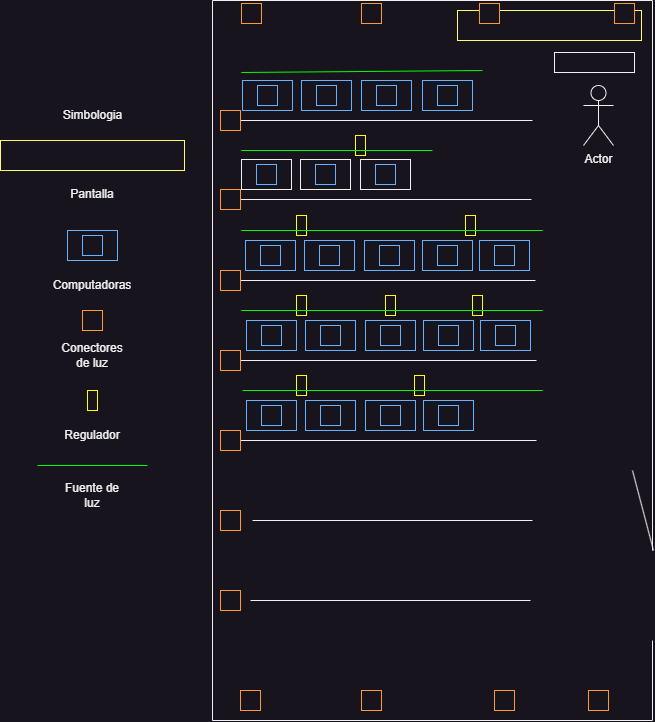
Above: public/Plano2.drawio.png in EloyChavezDev/ManualCC (draw.io), before the change. Source tidied: cells renumbered, new cells last; positions are measured from the earlier drawing's top-left corner, leaving out a move shared by most shapes. Its diagram source:
```xml
<mxGraphModel>
  <root>
    <mxCell id="0" />
    <mxCell id="1" parent="0" />
    <mxCell id="2" style="endArrow=none;html=1;rounded=0;" parent="1" edge="1">
      <mxGeometry relative="1" as="geometry">
        <mxPoint x="212" y="720" as="sourcePoint" />
        <mxPoint x="212" as="targetPoint" />
      </mxGeometry>
    </mxCell>
    <mxCell id="3" style="endArrow=none;html=1;rounded=0;" parent="1" edge="1">
      <mxGeometry relative="1" as="geometry">
        <mxPoint x="212" as="sourcePoint" />
        <mxPoint x="652" as="targetPoint" />
      </mxGeometry>
    </mxCell>
    <mxCell id="4" style="endArrow=none;html=1;rounded=0;" parent="1" edge="1">
      <mxGeometry relative="1" as="geometry">
        <mxPoint x="652" y="550" as="sourcePoint" />
        <mxPoint x="652" as="targetPoint" />
      </mxGeometry>
    </mxCell>
    <mxCell id="5" style="rounded=0;whiteSpace=wrap;html=1;" parent="1" vertex="1">
      <mxGeometry x="554" y="52" width="80" height="20" as="geometry" />
    </mxCell>
    <mxCell id="6" style="rounded=0;whiteSpace=wrap;html=1;strokeColor=#FFFF66;" parent="1" vertex="1">
      <mxGeometry x="457" y="10" width="184" height="30" as="geometry" />
    </mxCell>
    <mxCell id="7" style="endArrow=none;html=1;rounded=0;" parent="1" edge="1">
      <mxGeometry relative="1" as="geometry">
        <mxPoint x="232" y="120" as="sourcePoint" />
        <mxPoint x="532" y="120" as="targetPoint" />
      </mxGeometry>
    </mxCell>
    <mxCell id="8" style="rounded=0;whiteSpace=wrap;html=1;strokeColor=#66B2FF;" parent="1" vertex="1">
      <mxGeometry x="242" y="80" width="50" height="30" as="geometry" />
    </mxCell>
    <mxCell id="9" style="whiteSpace=wrap;html=1;strokeColor=#66B2FF;" parent="1" vertex="1">
      <mxGeometry x="257" y="85" width="20" height="20" as="geometry" />
    </mxCell>
    <mxCell id="10" style="rounded=0;whiteSpace=wrap;html=1;strokeColor=#66B2FF;" parent="1" vertex="1">
      <mxGeometry x="301" y="80" width="50" height="30" as="geometry" />
    </mxCell>
    <mxCell id="11" style="whiteSpace=wrap;html=1;strokeColor=#66B2FF;" parent="1" vertex="1">
      <mxGeometry x="316" y="85" width="20" height="20" as="geometry" />
    </mxCell>
    <mxCell id="12" style="rounded=0;whiteSpace=wrap;html=1;strokeColor=#66B2FF;" parent="1" vertex="1">
      <mxGeometry x="361" y="80" width="50" height="30" as="geometry" />
    </mxCell>
    <mxCell id="13" style="whiteSpace=wrap;html=1;strokeColor=#66B2FF;" parent="1" vertex="1">
      <mxGeometry x="376" y="85" width="20" height="20" as="geometry" />
    </mxCell>
    <mxCell id="14" style="rounded=0;whiteSpace=wrap;html=1;strokeColor=#66B2FF;" parent="1" vertex="1">
      <mxGeometry x="422" y="80" width="50" height="30" as="geometry" />
    </mxCell>
    <mxCell id="15" style="whiteSpace=wrap;html=1;strokeColor=#66B2FF;" parent="1" vertex="1">
      <mxGeometry x="437" y="85" width="20" height="20" as="geometry" />
    </mxCell>
    <mxCell id="16" style="endArrow=none;html=1;rounded=0;" parent="1" edge="1" source="84">
      <mxGeometry relative="1" as="geometry">
        <mxPoint x="531" y="199" as="targetPoint" />
      </mxGeometry>
    </mxCell>
    <mxCell id="17" style="rounded=0;whiteSpace=wrap;html=1;" parent="1" vertex="1">
      <mxGeometry x="241" y="159" width="50" height="30" as="geometry" />
    </mxCell>
    <mxCell id="18" style="whiteSpace=wrap;html=1;strokeColor=#66B2FF;" parent="1" vertex="1">
      <mxGeometry x="256" y="164" width="20" height="20" as="geometry" />
    </mxCell>
    <mxCell id="19" style="rounded=0;whiteSpace=wrap;html=1;" parent="1" vertex="1">
      <mxGeometry x="300" y="159" width="50" height="30" as="geometry" />
    </mxCell>
    <mxCell id="20" style="whiteSpace=wrap;html=1;strokeColor=#66B2FF;" parent="1" vertex="1">
      <mxGeometry x="315" y="164" width="20" height="20" as="geometry" />
    </mxCell>
    <mxCell id="21" style="rounded=0;whiteSpace=wrap;html=1;" parent="1" vertex="1">
      <mxGeometry x="360" y="159" width="50" height="30" as="geometry" />
    </mxCell>
    <mxCell id="22" style="whiteSpace=wrap;html=1;strokeColor=#66B2FF;" parent="1" vertex="1">
      <mxGeometry x="375" y="164" width="20" height="20" as="geometry" />
    </mxCell>
    <mxCell id="23" style="endArrow=none;html=1;rounded=0;" parent="1" edge="1">
      <mxGeometry relative="1" as="geometry">
        <mxPoint x="235" y="280" as="sourcePoint" />
        <mxPoint x="535" y="280" as="targetPoint" />
      </mxGeometry>
    </mxCell>
    <mxCell id="24" style="rounded=0;whiteSpace=wrap;html=1;strokeColor=#66B2FF;" parent="1" vertex="1">
      <mxGeometry x="245" y="240" width="50" height="30" as="geometry" />
    </mxCell>
    <mxCell id="25" style="whiteSpace=wrap;html=1;strokeColor=#66B2FF;" parent="1" vertex="1">
      <mxGeometry x="260" y="245" width="20" height="20" as="geometry" />
    </mxCell>
    <mxCell id="26" style="rounded=0;whiteSpace=wrap;html=1;strokeColor=#66B2FF;" parent="1" vertex="1">
      <mxGeometry x="304" y="240" width="50" height="30" as="geometry" />
    </mxCell>
    <mxCell id="27" style="whiteSpace=wrap;html=1;strokeColor=#66B2FF;" parent="1" vertex="1">
      <mxGeometry x="319" y="245" width="20" height="20" as="geometry" />
    </mxCell>
    <mxCell id="28" style="rounded=0;whiteSpace=wrap;html=1;strokeColor=#66B2FF;" parent="1" vertex="1">
      <mxGeometry x="364" y="240" width="50" height="30" as="geometry" />
    </mxCell>
    <mxCell id="29" style="whiteSpace=wrap;html=1;strokeColor=#66B2FF;" parent="1" vertex="1">
      <mxGeometry x="379" y="245" width="20" height="20" as="geometry" />
    </mxCell>
    <mxCell id="30" style="rounded=0;whiteSpace=wrap;html=1;strokeColor=#66B2FF;" parent="1" vertex="1">
      <mxGeometry x="422" y="240" width="50" height="30" as="geometry" />
    </mxCell>
    <mxCell id="31" style="whiteSpace=wrap;html=1;strokeColor=#66B2FF;" parent="1" vertex="1">
      <mxGeometry x="437" y="245" width="20" height="20" as="geometry" />
    </mxCell>
    <mxCell id="32" style="rounded=0;whiteSpace=wrap;html=1;strokeColor=#66B2FF;" parent="1" vertex="1">
      <mxGeometry x="479" y="240" width="50" height="30" as="geometry" />
    </mxCell>
    <mxCell id="33" style="whiteSpace=wrap;html=1;strokeColor=#66B2FF;" parent="1" vertex="1">
      <mxGeometry x="494" y="245" width="20" height="20" as="geometry" />
    </mxCell>
    <mxCell id="34" style="endArrow=none;html=1;rounded=0;" parent="1" edge="1">
      <mxGeometry relative="1" as="geometry">
        <mxPoint x="236" y="360" as="sourcePoint" />
        <mxPoint x="536" y="360" as="targetPoint" />
      </mxGeometry>
    </mxCell>
    <mxCell id="35" style="rounded=0;whiteSpace=wrap;html=1;strokeColor=#66B2FF;" parent="1" vertex="1">
      <mxGeometry x="246" y="320" width="50" height="30" as="geometry" />
    </mxCell>
    <mxCell id="36" style="whiteSpace=wrap;html=1;strokeColor=#66B2FF;" parent="1" vertex="1">
      <mxGeometry x="261" y="325" width="20" height="20" as="geometry" />
    </mxCell>
    <mxCell id="37" style="rounded=0;whiteSpace=wrap;html=1;strokeColor=#66B2FF;" parent="1" vertex="1">
      <mxGeometry x="305" y="320" width="50" height="30" as="geometry" />
    </mxCell>
    <mxCell id="38" style="whiteSpace=wrap;html=1;strokeColor=#66B2FF;" parent="1" vertex="1">
      <mxGeometry x="320" y="325" width="20" height="20" as="geometry" />
    </mxCell>
    <mxCell id="39" style="rounded=0;whiteSpace=wrap;html=1;strokeColor=#66B2FF;" parent="1" vertex="1">
      <mxGeometry x="365" y="320" width="50" height="30" as="geometry" />
    </mxCell>
    <mxCell id="40" style="whiteSpace=wrap;html=1;strokeColor=#66B2FF;" parent="1" vertex="1">
      <mxGeometry x="380" y="325" width="20" height="20" as="geometry" />
    </mxCell>
    <mxCell id="41" style="rounded=0;whiteSpace=wrap;html=1;strokeColor=#66B2FF;" parent="1" vertex="1">
      <mxGeometry x="423" y="320" width="50" height="30" as="geometry" />
    </mxCell>
    <mxCell id="42" style="whiteSpace=wrap;html=1;strokeColor=#66B2FF;" parent="1" vertex="1">
      <mxGeometry x="438" y="325" width="20" height="20" as="geometry" />
    </mxCell>
    <mxCell id="43" style="rounded=0;whiteSpace=wrap;html=1;strokeColor=#66B2FF;" parent="1" vertex="1">
      <mxGeometry x="480" y="320" width="50" height="30" as="geometry" />
    </mxCell>
    <mxCell id="44" style="whiteSpace=wrap;html=1;strokeColor=#66B2FF;" parent="1" vertex="1">
      <mxGeometry x="495" y="325" width="20" height="20" as="geometry" />
    </mxCell>
    <mxCell id="45" style="endArrow=none;html=1;rounded=0;" parent="1" edge="1">
      <mxGeometry relative="1" as="geometry">
        <mxPoint x="236" y="440" as="sourcePoint" />
        <mxPoint x="536" y="440" as="targetPoint" />
      </mxGeometry>
    </mxCell>
    <mxCell id="46" style="rounded=0;whiteSpace=wrap;html=1;strokeColor=#66B2FF;" parent="1" vertex="1">
      <mxGeometry x="246" y="400" width="50" height="30" as="geometry" />
    </mxCell>
    <mxCell id="47" style="whiteSpace=wrap;html=1;strokeColor=#66B2FF;" parent="1" vertex="1">
      <mxGeometry x="261" y="405" width="20" height="20" as="geometry" />
    </mxCell>
    <mxCell id="48" style="rounded=0;whiteSpace=wrap;html=1;strokeColor=#66B2FF;" parent="1" vertex="1">
      <mxGeometry x="305" y="400" width="50" height="30" as="geometry" />
    </mxCell>
    <mxCell id="49" style="whiteSpace=wrap;html=1;strokeColor=#66B2FF;" parent="1" vertex="1">
      <mxGeometry x="320" y="405" width="20" height="20" as="geometry" />
    </mxCell>
    <mxCell id="50" style="rounded=0;whiteSpace=wrap;html=1;strokeColor=#66B2FF;" parent="1" vertex="1">
      <mxGeometry x="365" y="400" width="50" height="30" as="geometry" />
    </mxCell>
    <mxCell id="51" style="whiteSpace=wrap;html=1;strokeColor=#66B2FF;" parent="1" vertex="1">
      <mxGeometry x="380" y="405" width="20" height="20" as="geometry" />
    </mxCell>
    <mxCell id="52" style="rounded=0;whiteSpace=wrap;html=1;strokeColor=#66B2FF;" parent="1" vertex="1">
      <mxGeometry x="423" y="400" width="50" height="30" as="geometry" />
    </mxCell>
    <mxCell id="53" style="whiteSpace=wrap;html=1;strokeColor=#66B2FF;" parent="1" vertex="1">
      <mxGeometry x="438" y="405" width="20" height="20" as="geometry" />
    </mxCell>
    <mxCell id="54" style="endArrow=none;html=1;rounded=0;" parent="1" edge="1">
      <mxGeometry relative="1" as="geometry">
        <mxPoint x="252" y="520" as="sourcePoint" />
        <mxPoint x="532" y="520" as="targetPoint" />
      </mxGeometry>
    </mxCell>
    <mxCell id="55" style="endArrow=none;html=1;rounded=0;" parent="1" edge="1">
      <mxGeometry relative="1" as="geometry">
        <mxPoint x="250" y="600" as="sourcePoint" />
        <mxPoint x="530" y="600" as="targetPoint" />
      </mxGeometry>
    </mxCell>
    <mxCell id="56" style="endArrow=none;html=1;rounded=0;" parent="1" edge="1">
      <mxGeometry relative="1" as="geometry">
        <mxPoint x="212" y="720" as="sourcePoint" />
        <mxPoint x="652" y="720" as="targetPoint" />
      </mxGeometry>
    </mxCell>
    <mxCell id="57" style="endArrow=none;html=1;rounded=0;" parent="1" edge="1">
      <mxGeometry relative="1" as="geometry">
        <mxPoint x="652" y="720" as="sourcePoint" />
        <mxPoint x="652" y="640" as="targetPoint" />
      </mxGeometry>
    </mxCell>
    <mxCell id="58" style="rounded=0;whiteSpace=wrap;html=1;rotation=90;strokeColor=#FFFF00;" parent="1" vertex="1">
      <mxGeometry x="350" y="140" width="20" height="10" as="geometry" />
    </mxCell>
    <mxCell id="59" style="endArrow=none;html=1;rounded=0;strokeColor=#00FF00;" parent="1" edge="1">
      <mxGeometry relative="1" as="geometry">
        <mxPoint x="241" y="150" as="sourcePoint" />
        <mxPoint x="432" y="150" as="targetPoint" />
      </mxGeometry>
    </mxCell>
    <mxCell id="60" style="rounded=0;whiteSpace=wrap;html=1;rotation=90;strokeColor=#FFFF00;" parent="1" vertex="1">
      <mxGeometry x="291" y="220" width="20" height="10" as="geometry" />
    </mxCell>
    <mxCell id="61" style="rounded=0;whiteSpace=wrap;html=1;rotation=90;strokeColor=#FFFF00;" parent="1" vertex="1">
      <mxGeometry x="460" y="220" width="20" height="10" as="geometry" />
    </mxCell>
    <mxCell id="62" style="rounded=0;whiteSpace=wrap;html=1;rotation=90;strokeColor=#FFFF00;" parent="1" vertex="1">
      <mxGeometry x="291" y="380" width="20" height="10" as="geometry" />
    </mxCell>
    <mxCell id="63" style="rounded=0;whiteSpace=wrap;html=1;rotation=90;strokeColor=#FFFF00;" parent="1" vertex="1">
      <mxGeometry x="409" y="380" width="20" height="10" as="geometry" />
    </mxCell>
    <mxCell id="64" style="rounded=0;whiteSpace=wrap;html=1;rotation=90;strokeColor=#FFFF00;" parent="1" vertex="1">
      <mxGeometry x="291" y="300" width="20" height="10" as="geometry" />
    </mxCell>
    <mxCell id="65" style="rounded=0;whiteSpace=wrap;html=1;rotation=90;strokeColor=#FFFF00;" parent="1" vertex="1">
      <mxGeometry x="380" y="300" width="20" height="10" as="geometry" />
    </mxCell>
    <mxCell id="66" style="rounded=0;whiteSpace=wrap;html=1;rotation=90;strokeColor=#FFFF00;" parent="1" vertex="1">
      <mxGeometry x="467" y="300" width="20" height="10" as="geometry" />
    </mxCell>
    <mxCell id="67" style="endArrow=none;html=1;rounded=0;strokeColor=#00FF00;" parent="1" edge="1">
      <mxGeometry relative="1" as="geometry">
        <mxPoint x="241" y="230" as="sourcePoint" />
        <mxPoint x="542" y="230" as="targetPoint" />
      </mxGeometry>
    </mxCell>
    <mxCell id="68" style="endArrow=none;html=1;rounded=0;strokeColor=#00FF00;" parent="1" edge="1">
      <mxGeometry relative="1" as="geometry">
        <mxPoint x="241" y="310" as="sourcePoint" />
        <mxPoint x="542" y="310" as="targetPoint" />
      </mxGeometry>
    </mxCell>
    <mxCell id="69" style="endArrow=none;html=1;rounded=0;strokeColor=#00FF00;" parent="1" edge="1">
      <mxGeometry relative="1" as="geometry">
        <mxPoint x="242" y="390" as="sourcePoint" />
        <mxPoint x="542" y="390" as="targetPoint" />
      </mxGeometry>
    </mxCell>
    <mxCell id="70" style="whiteSpace=wrap;html=1;strokeColor=#FF9933;" parent="1" vertex="1">
      <mxGeometry x="241" y="3" width="20" height="20" as="geometry" />
    </mxCell>
    <mxCell id="71" style="whiteSpace=wrap;html=1;strokeColor=#FF9933;" parent="1" vertex="1">
      <mxGeometry x="361" y="3" width="20" height="20" as="geometry" />
    </mxCell>
    <mxCell id="72" style="whiteSpace=wrap;html=1;strokeColor=#FF9933;" parent="1" vertex="1">
      <mxGeometry x="479" y="3" width="20" height="20" as="geometry" />
    </mxCell>
    <mxCell id="73" style="whiteSpace=wrap;html=1;strokeColor=#FF9933;" parent="1" vertex="1">
      <mxGeometry x="614" y="3" width="20" height="20" as="geometry" />
    </mxCell>
    <mxCell id="74" style="whiteSpace=wrap;html=1;strokeColor=#FF9933;" parent="1" vertex="1">
      <mxGeometry x="240" y="690" width="20" height="20" as="geometry" />
    </mxCell>
    <mxCell id="75" style="whiteSpace=wrap;html=1;strokeColor=#FF9933;" parent="1" vertex="1">
      <mxGeometry x="361" y="690" width="20" height="20" as="geometry" />
    </mxCell>
    <mxCell id="76" style="whiteSpace=wrap;html=1;strokeColor=#FF9933;" parent="1" vertex="1">
      <mxGeometry x="588" y="690" width="20" height="20" as="geometry" />
    </mxCell>
    <mxCell id="77" style="whiteSpace=wrap;html=1;strokeColor=#FF9933;" parent="1" vertex="1">
      <mxGeometry x="494" y="690" width="20" height="20" as="geometry" />
    </mxCell>
    <mxCell id="78" style="whiteSpace=wrap;html=1;strokeColor=#FF9933;" parent="1" vertex="1">
      <mxGeometry x="220" y="590" width="20" height="20" as="geometry" />
    </mxCell>
    <mxCell id="79" style="whiteSpace=wrap;html=1;strokeColor=#FF9933;" parent="1" vertex="1">
      <mxGeometry x="220" y="510" width="20" height="20" as="geometry" />
    </mxCell>
    <mxCell id="80" style="whiteSpace=wrap;html=1;strokeColor=#FF9933;" parent="1" vertex="1">
      <mxGeometry x="220" y="430" width="20" height="20" as="geometry" />
    </mxCell>
    <mxCell id="81" style="whiteSpace=wrap;html=1;strokeColor=#FF9933;" parent="1" vertex="1">
      <mxGeometry x="220" y="350" width="20" height="20" as="geometry" />
    </mxCell>
    <mxCell id="82" style="whiteSpace=wrap;html=1;strokeColor=#FF9933;" parent="1" vertex="1">
      <mxGeometry x="220" y="270" width="20" height="20" as="geometry" />
    </mxCell>
    <mxCell id="83" style="endArrow=none;html=1;rounded=0;" parent="1" edge="1" target="84">
      <mxGeometry relative="1" as="geometry">
        <mxPoint x="231" y="199" as="sourcePoint" />
      </mxGeometry>
    </mxCell>
    <mxCell id="84" style="whiteSpace=wrap;html=1;strokeColor=#FF9933;" parent="1" vertex="1">
      <mxGeometry x="220" y="189" width="20" height="20" as="geometry" />
    </mxCell>
    <mxCell id="85" style="whiteSpace=wrap;html=1;strokeColor=#FF9933;" parent="1" vertex="1">
      <mxGeometry x="220" y="110" width="20" height="20" as="geometry" />
    </mxCell>
    <mxCell id="86" style="endArrow=none;html=1;rounded=0;strokeColor=#00FF00;" parent="1" edge="1">
      <mxGeometry relative="1" as="geometry">
        <mxPoint x="241" y="72" as="sourcePoint" />
        <mxPoint x="482" y="70" as="targetPoint" />
      </mxGeometry>
    </mxCell>
    <mxCell id="87" style="endArrow=none;html=1;rounded=0;" parent="1" edge="1">
      <mxGeometry relative="1" as="geometry">
        <mxPoint x="632" y="470" as="sourcePoint" />
        <mxPoint x="653" y="550" as="targetPoint" />
      </mxGeometry>
    </mxCell>
    <mxCell id="88" value="Simbologia" style="text;html=1;align=center;verticalAlign=middle;strokeColor=none;fillColor=none;" parent="1" vertex="1">
      <mxGeometry x="52" y="100" width="80" height="30" as="geometry" />
    </mxCell>
    <mxCell id="89" style="rounded=0;whiteSpace=wrap;html=1;strokeColor=#FFFF66;" parent="1" vertex="1">
      <mxGeometry y="140" width="184" height="30" as="geometry" />
    </mxCell>
    <mxCell id="90" value="Pantalla" style="text;html=1;align=center;verticalAlign=middle;whiteSpace=wrap;rounded=0;" parent="1" vertex="1">
      <mxGeometry x="62" y="179" width="60" height="30" as="geometry" />
    </mxCell>
    <mxCell id="91" style="rounded=0;whiteSpace=wrap;html=1;strokeColor=#66B2FF;" parent="1" vertex="1">
      <mxGeometry x="67" y="230" width="50" height="30" as="geometry" />
    </mxCell>
    <mxCell id="92" style="whiteSpace=wrap;html=1;strokeColor=#66B2FF;" parent="1" vertex="1">
      <mxGeometry x="82" y="235" width="20" height="20" as="geometry" />
    </mxCell>
    <mxCell id="93" value="Computadoras" style="text;html=1;align=center;verticalAlign=middle;whiteSpace=wrap;rounded=0;" parent="1" vertex="1">
      <mxGeometry x="62" y="270" width="60" height="30" as="geometry" />
    </mxCell>
    <mxCell id="94" style="whiteSpace=wrap;html=1;strokeColor=#FF9933;" parent="1" vertex="1">
      <mxGeometry x="82" y="310" width="20" height="20" as="geometry" />
    </mxCell>
    <mxCell id="95" value="Conectores de luz" style="text;html=1;align=center;verticalAlign=middle;whiteSpace=wrap;rounded=0;" parent="1" vertex="1">
      <mxGeometry x="62" y="340" width="60" height="30" as="geometry" />
    </mxCell>
    <mxCell id="96" style="rounded=0;whiteSpace=wrap;html=1;rotation=90;strokeColor=#FFFF00;" parent="1" vertex="1">
      <mxGeometry x="82" y="395" width="20" height="10" as="geometry" />
    </mxCell>
    <mxCell id="97" value="Regulador" style="text;html=1;align=center;verticalAlign=middle;whiteSpace=wrap;rounded=0;" parent="1" vertex="1">
      <mxGeometry x="62" y="420" width="60" height="30" as="geometry" />
    </mxCell>
    <mxCell id="98" style="endArrow=none;html=1;rounded=0;strokeColor=#00FF00;" parent="1" edge="1">
      <mxGeometry relative="1" as="geometry">
        <mxPoint x="37" y="465" as="sourcePoint" />
        <mxPoint x="147" y="465" as="targetPoint" />
      </mxGeometry>
    </mxCell>
    <mxCell id="99" value="Fuente de luz" style="text;html=1;align=center;verticalAlign=middle;whiteSpace=wrap;rounded=0;" parent="1" vertex="1">
      <mxGeometry x="62" y="480" width="60" height="30" as="geometry" />
    </mxCell>
    <mxCell id="100" value="Actor" style="shape=umlActor;verticalLabelPosition=bottom;verticalAlign=top;html=1;" parent="1" vertex="1">
      <mxGeometry x="583" y="85" width="30" height="60" as="geometry" />
    </mxCell>
  </root>
</mxGraphModel>
```
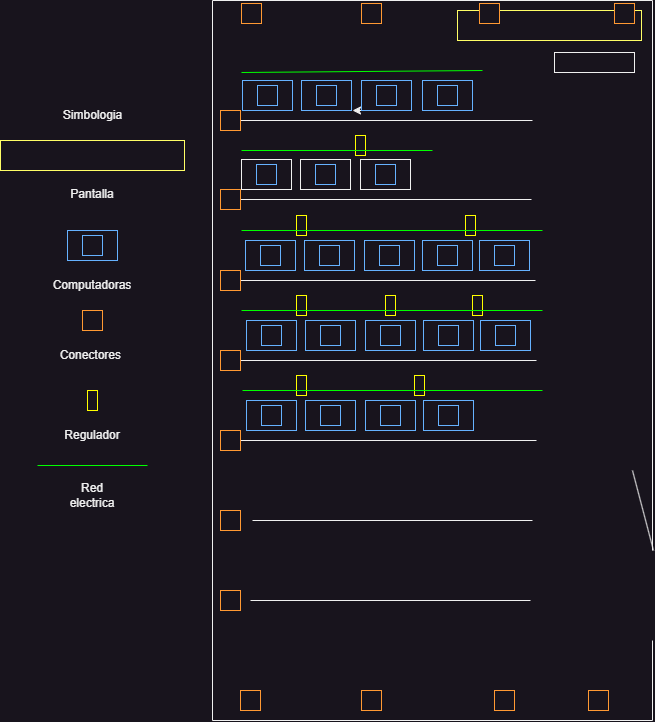
After the change.

Commit message:
se modifico el plano 2

Diff of the diagram source:
```diff
@@ -44,6 +44,11 @@
     <mxCell id="11" style="whiteSpace=wrap;html=1;strokeColor=#66B2FF;" parent="1" vertex="1">
       <mxGeometry x="316" y="85" width="20" height="20" as="geometry" />
     </mxCell>
+    <mxCell id="101" style="edgeStyle=orthogonalEdgeStyle;rounded=0;jettySize=auto;html=1;exitX=0.25;exitY=1;exitDx=0;exitDy=0;" parent="1" edge="1" source="12">
+      <mxGeometry relative="1" as="geometry">
+        <mxPoint x="352" y="110" as="targetPoint" />
+      </mxGeometry>
+    </mxCell>
     <mxCell id="12" style="rounded=0;whiteSpace=wrap;html=1;strokeColor=#66B2FF;" parent="1" vertex="1">
       <mxGeometry x="361" y="80" width="50" height="30" as="geometry" />
     </mxCell>
@@ -336,7 +341,7 @@
     <mxCell id="94" style="whiteSpace=wrap;html=1;strokeColor=#FF9933;" parent="1" vertex="1">
       <mxGeometry x="82" y="310" width="20" height="20" as="geometry" />
     </mxCell>
-    <mxCell id="95" value="Conectores de luz" style="text;html=1;align=center;verticalAlign=middle;whiteSpace=wrap;rounded=0;" parent="1" vertex="1">
+    <mxCell id="95" value="Conectores&amp;nbsp;" style="text;html=1;align=center;verticalAlign=middle;whiteSpace=wrap;rounded=0;" parent="1" vertex="1">
       <mxGeometry x="62" y="340" width="60" height="30" as="geometry" />
     </mxCell>
     <mxCell id="96" style="rounded=0;whiteSpace=wrap;html=1;rotation=90;strokeColor=#FFFF00;" parent="1" vertex="1">
@@ -351,11 +356,8 @@
         <mxPoint x="147" y="465" as="targetPoint" />
       </mxGeometry>
     </mxCell>
-    <mxCell id="99" value="Fuente de luz" style="text;html=1;align=center;verticalAlign=middle;whiteSpace=wrap;rounded=0;" parent="1" vertex="1">
+    <mxCell id="99" value="Red electrica" style="text;html=1;align=center;verticalAlign=middle;whiteSpace=wrap;rounded=0;" parent="1" vertex="1">
       <mxGeometry x="62" y="480" width="60" height="30" as="geometry" />
     </mxCell>
-    <mxCell id="100" value="Actor" style="shape=umlActor;verticalLabelPosition=bottom;verticalAlign=top;html=1;" parent="1" vertex="1">
-      <mxGeometry x="583" y="85" width="30" height="60" as="geometry" />
-    </mxCell>
   </root>
 </mxGraphModel>
```
